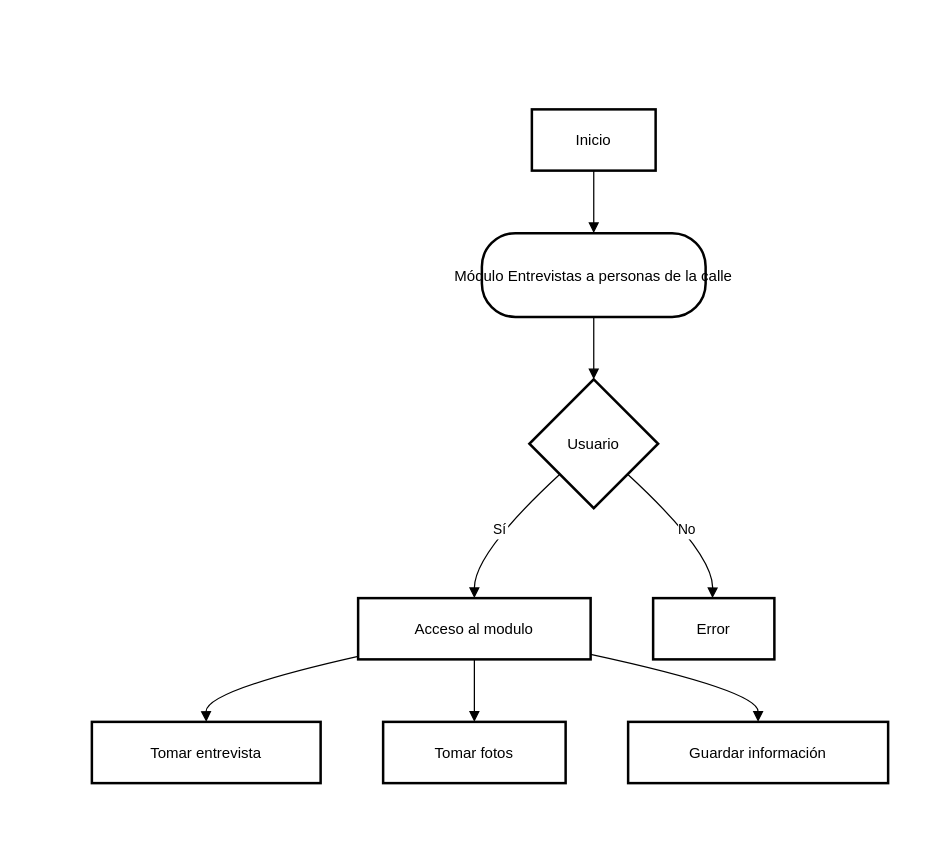
Above: Encuesta.drawio in VictorCueto9/ProyectoEncuentas (draw.io), before the change. Source tidied: cells renumbered, new cells numbered last; positions are measured from the earlier drawing's top-left corner, leaving out a move shared by most shapes. Both pictures are drawn from the tidied source at 125%, with x=0, y=0 at pixel (91, 109).
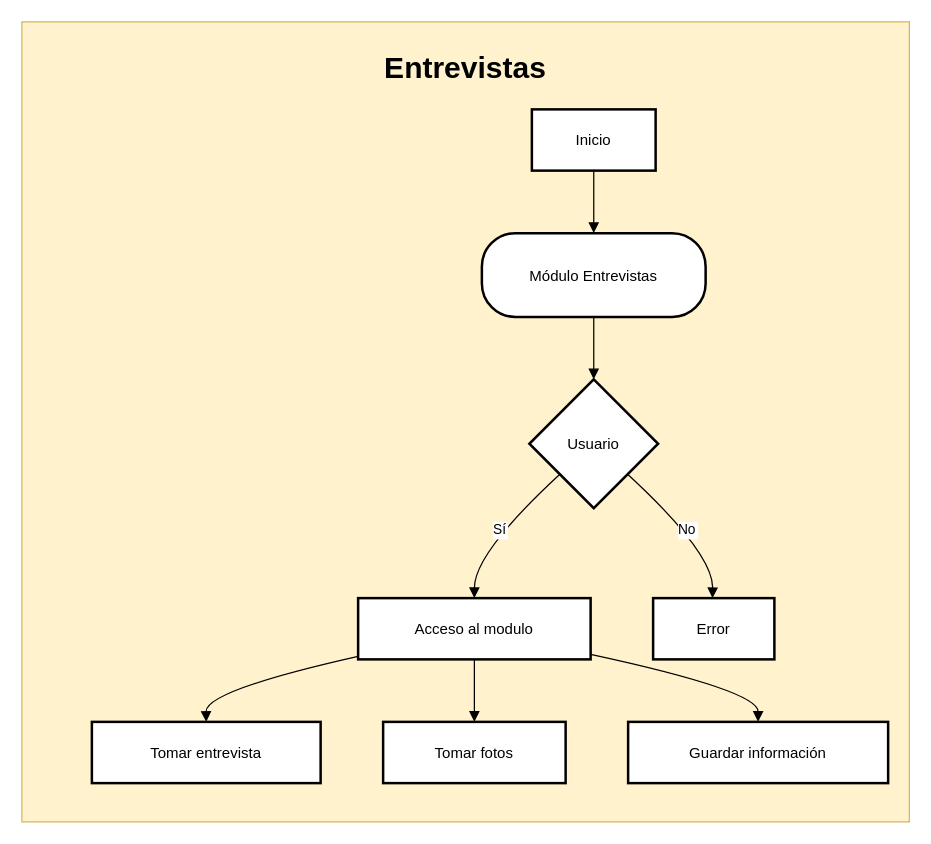
After the change.

The edit, as a diff of the source:
```diff
@@
+    <mxCell id="17" value="&lt;h1&gt;Entrevistas&lt;/h1&gt;" style="rounded=0;whiteSpace=wrap;html=1;fillColor=#fff2cc;strokeColor=#d6b656;align=center;verticalAlign=top;" parent="1" vertex="1">
+      <mxGeometry x="-56" y="-70" width="710" height="640" as="geometry" />
+    </mxCell>
@@
-    <mxCell id="3" value="Módulo Entrevistas a personas de la calle" style="rounded=1;arcSize=40;strokeWidth=2;" parent="1" vertex="1">
+    <mxCell id="3" value="Módulo Entrevistas" style="rounded=1;arcSize=40;strokeWidth=2;" parent="1" vertex="1">
       <mxGeometry x="312" y="99" width="179" height="67" as="geometry" />
     </mxCell>
```
